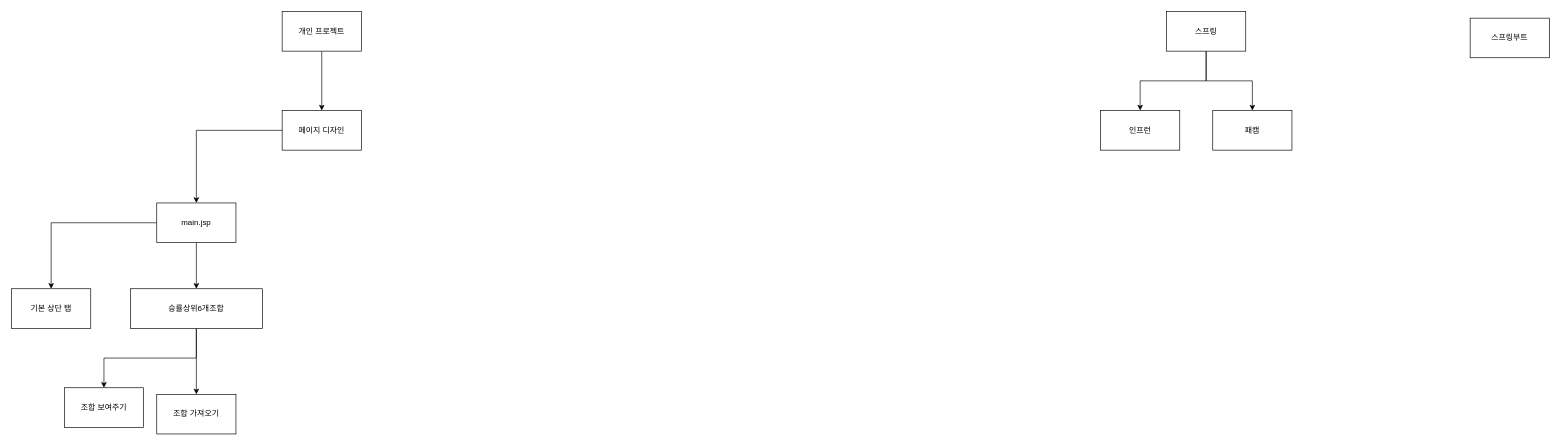
Before: page "Page-1" (1 of 3) of Untitled Diagram.drawio in YeonwooLee/my-first-blog, a draw.io diagram. Source tidied: cells renumbered, new cells numbered last; positions are measured from the earlier drawing's top-left corner, leaving out a move shared by most shapes. Both pictures are drawn from the tidied source at 66%, with x=0, y=0 at pixel (11, 11).
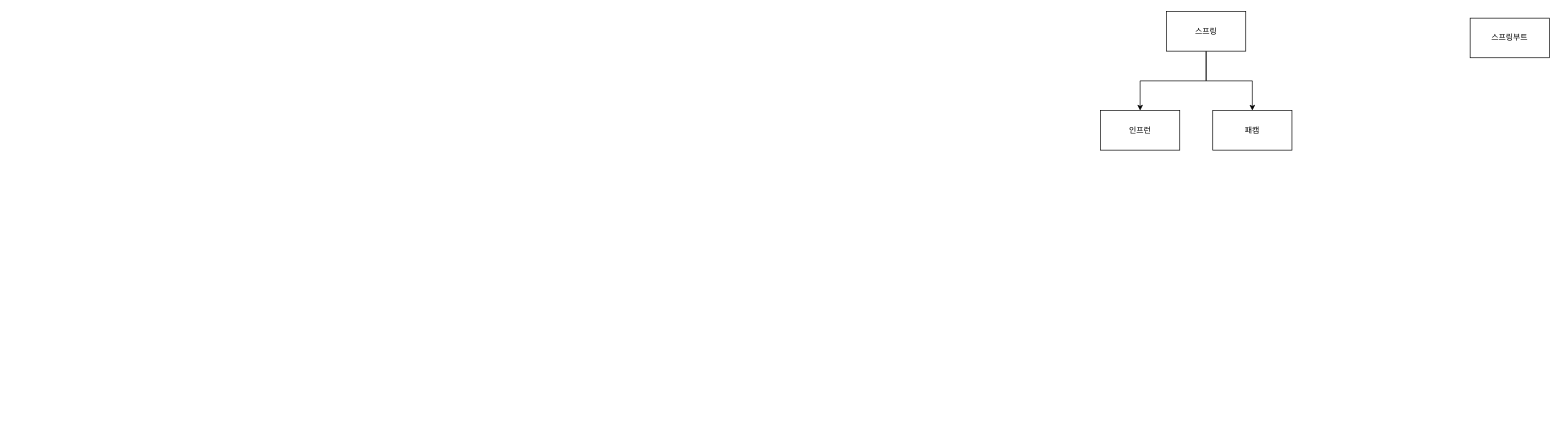
The same page after the edit.

The edit, as a diff of the source:
```diff
@@
-    <mxCell id="2" style="edgeStyle=orthogonalEdgeStyle;rounded=0;jettySize=auto;html=1;exitX=0.5;exitY=1;exitDx=0;exitDy=0;" parent="1" edge="1" source="3" target="9">
-      <mxGeometry relative="1" as="geometry" />
-    </mxCell>
-    <mxCell id="3" value="개인 프로젝트" style="rounded=0;whiteSpace=wrap;html=1;" parent="1" vertex="1">
-      <mxGeometry x="410" width="120" height="60" as="geometry" />
-    </mxCell>
@@
-    <mxCell id="8" style="edgeStyle=orthogonalEdgeStyle;rounded=0;jettySize=auto;html=1;" parent="1" edge="1" source="9" target="14">
-      <mxGeometry relative="1" as="geometry" />
-    </mxCell>
-    <mxCell id="9" value="페이지 디자인" style="whiteSpace=wrap;html=1;rounded=0;" parent="1" vertex="1">
-      <mxGeometry x="410" y="150" width="120" height="60" as="geometry" />
-    </mxCell>
@@
-    <mxCell id="12" style="edgeStyle=orthogonalEdgeStyle;rounded=0;jettySize=auto;html=1;" parent="1" edge="1" source="14" target="17">
-      <mxGeometry relative="1" as="geometry" />
-    </mxCell>
-    <mxCell id="13" style="edgeStyle=orthogonalEdgeStyle;rounded=0;jettySize=auto;html=1;" parent="1" edge="1" source="14" target="18">
-      <mxGeometry relative="1" as="geometry" />
-    </mxCell>
-    <mxCell id="14" value="main.jsp" style="whiteSpace=wrap;html=1;rounded=0;" parent="1" vertex="1">
-      <mxGeometry x="220" y="290" width="120" height="60" as="geometry" />
-    </mxCell>
-    <mxCell id="15" style="edgeStyle=orthogonalEdgeStyle;rounded=0;jettySize=auto;html=1;" parent="1" edge="1" source="17" target="19">
-      <mxGeometry relative="1" as="geometry" />
-    </mxCell>
-    <mxCell id="16" style="edgeStyle=orthogonalEdgeStyle;rounded=0;jettySize=auto;html=1;" parent="1" edge="1" source="17" target="20">
-      <mxGeometry relative="1" as="geometry" />
-    </mxCell>
-    <mxCell id="17" value="승률상위6개조합" style="whiteSpace=wrap;html=1;rounded=0;" parent="1" vertex="1">
-      <mxGeometry x="180" y="420" width="200" height="60" as="geometry" />
-    </mxCell>
-    <mxCell id="18" value="기본 상단 탭" style="whiteSpace=wrap;html=1;rounded=0;" parent="1" vertex="1">
-      <mxGeometry y="420" width="120" height="60" as="geometry" />
-    </mxCell>
-    <mxCell id="19" value="조합 가져오기" style="whiteSpace=wrap;html=1;rounded=0;" parent="1" vertex="1">
-      <mxGeometry x="220" y="580" width="120" height="60" as="geometry" />
-    </mxCell>
-    <mxCell id="20" value="조합 보여주기" style="whiteSpace=wrap;html=1;rounded=0;" parent="1" vertex="1">
-      <mxGeometry x="80" y="570" width="120" height="60" as="geometry" />
-    </mxCell>
```
